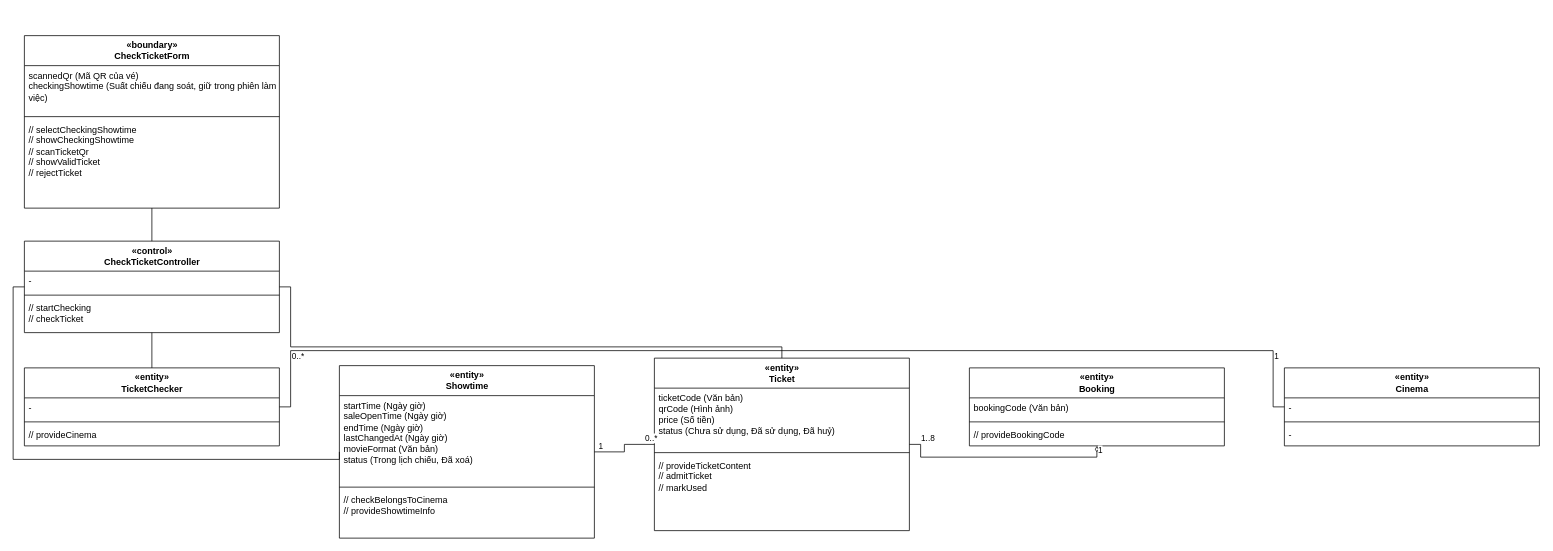
This is page "Soát vé (UC-009)" (6 of 16) of design/diagrams/P08-class-analysis.drawio from luytbq/app-dat-ve-xem-phim, a draw.io file, before an edit. Source tidied: cells renumbered, new cells numbered last; positions are measured from the earlier drawing's top-left corner, leaving out a move shared by most shapes. Both pictures are drawn from the tidied source at 75%, with x=0, y=0 at pixel (13, 35).
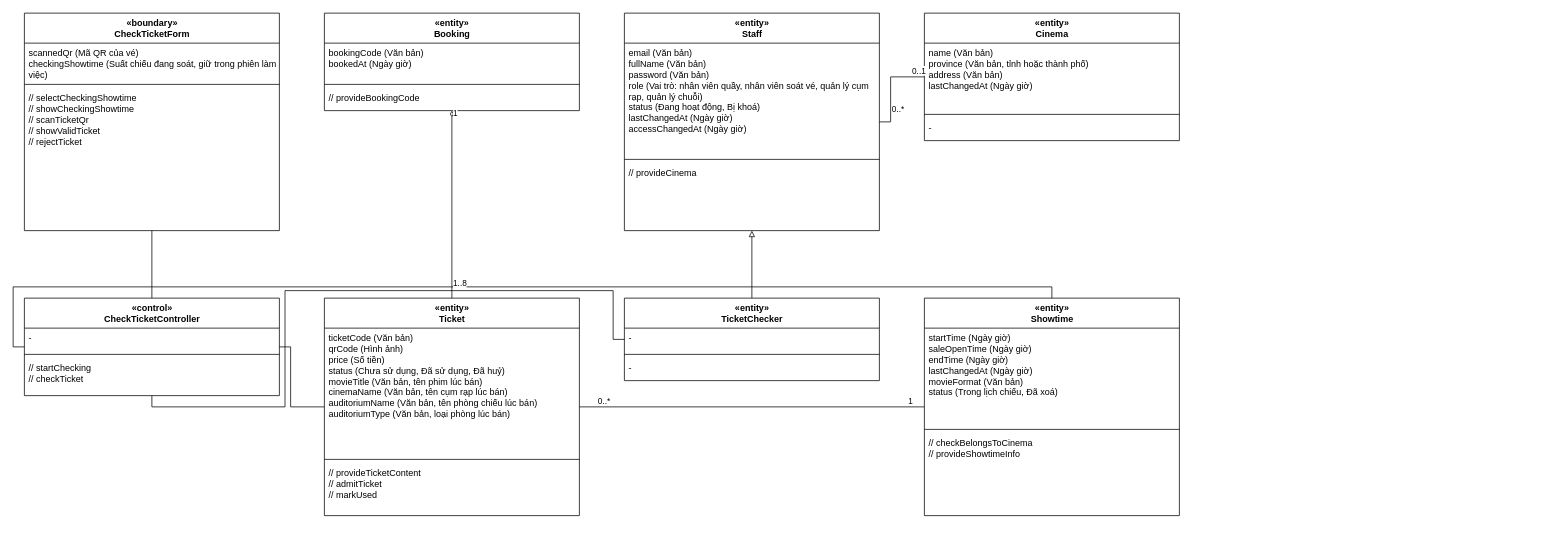
After the change.

The edit, as a diff of the source:
```diff
@@
     <mxCell id="2" value="«boundary»&lt;br&gt;CheckTicketForm" style="swimlane;fontStyle=1;align=center;horizontal=1;startSize=40;html=1;" parent="1" vertex="1">
-      <mxGeometry x="15" width="340" height="230" as="geometry" />
+      <mxGeometry x="15" y="-30" width="340" height="290" as="geometry" />
     </mxCell>
     <mxCell id="3" value="scannedQr (Mã QR của vé)&lt;br&gt;checkingShowtime (Suất chiếu đang soát, giữ trong phiên làm việc)" style="text;strokeColor=none;fillColor=none;align=left;verticalAlign=top;spacingLeft=4;html=1;whiteSpace=wrap;" parent="2" vertex="1">
-      <mxGeometry y="40" width="340" height="64" as="geometry" />
+      <mxGeometry y="40" width="340" height="50" as="geometry" />
     </mxCell>
     <mxCell id="4" style="line;strokeWidth=1;fillColor=none;align=left;verticalAlign=middle;spacingTop=-1;spacingLeft=3;spacingRight=3;labelPosition=right;" parent="2" vertex="1">
-      <mxGeometry y="104" width="340" height="8" as="geometry" />
+      <mxGeometry y="90" width="340" height="10" as="geometry" />
     </mxCell>
     <mxCell id="5" value="// selectCheckingShowtime&lt;br&gt;// showCheckingShowtime&lt;br&gt;// scanTicketQr&lt;br&gt;// showValidTicket&lt;br&gt;// rejectTicket" style="text;strokeColor=none;fillColor=none;align=left;verticalAlign=top;spacingLeft=4;html=1;whiteSpace=wrap;" parent="2" vertex="1">
-      <mxGeometry y="112" width="340" height="100" as="geometry" />
+      <mxGeometry y="100" width="340" height="110" as="geometry" />
     </mxCell>
     <mxCell id="6" value="«control»&lt;br&gt;CheckTicketController" style="swimlane;fontStyle=1;align=center;horizontal=1;startSize=40;html=1;" parent="1" vertex="1">
-      <mxGeometry x="15" y="274" width="340" height="122" as="geometry" />
+      <mxGeometry x="15" y="350" width="340" height="130" as="geometry" />
     </mxCell>
     <mxCell id="7" value="-" style="text;strokeColor=none;fillColor=none;align=left;verticalAlign=top;spacingLeft=4;html=1;whiteSpace=wrap;" parent="6" vertex="1">
-      <mxGeometry y="40" width="340" height="28" as="geometry" />
+      <mxGeometry y="40" width="340" height="30" as="geometry" />
     </mxCell>
     <mxCell id="8" style="line;strokeWidth=1;fillColor=none;align=left;verticalAlign=middle;spacingTop=-1;spacingLeft=3;spacingRight=3;labelPosition=right;" parent="6" vertex="1">
-      <mxGeometry y="68" width="340" height="8" as="geometry" />
+      <mxGeometry y="70" width="340" height="10" as="geometry" />
     </mxCell>
     <mxCell id="9" value="// startChecking&lt;br&gt;// checkTicket" style="text;strokeColor=none;fillColor=none;align=left;verticalAlign=top;spacingLeft=4;html=1;whiteSpace=wrap;" parent="6" vertex="1">
-      <mxGeometry y="76" width="340" height="46" as="geometry" />
+      <mxGeometry y="80" width="340" height="50" as="geometry" />
     </mxCell>
     <mxCell id="10" value="«entity»&lt;br&gt;TicketChecker" style="swimlane;fontStyle=1;align=center;horizontal=1;startSize=40;html=1;" parent="1" vertex="1">
-      <mxGeometry x="15" y="443" width="340" height="104" as="geometry" />
+      <mxGeometry x="815" y="350" width="340" height="110" as="geometry" />
     </mxCell>
     <mxCell id="11" value="-" style="text;strokeColor=none;fillColor=none;align=left;verticalAlign=top;spacingLeft=4;html=1;whiteSpace=wrap;" parent="10" vertex="1">
-      <mxGeometry y="40" width="340" height="28" as="geometry" />
+      <mxGeometry y="40" width="340" height="30" as="geometry" />
     </mxCell>
     <mxCell id="12" style="line;strokeWidth=1;fillColor=none;align=left;verticalAlign=middle;spacingTop=-1;spacingLeft=3;spacingRight=3;labelPosition=right;" parent="10" vertex="1">
-      <mxGeometry y="68" width="340" height="8" as="geometry" />
+      <mxGeometry y="70" width="340" height="10" as="geometry" />
     </mxCell>
-    <mxCell id="13" value="// provideCinema" style="text;strokeColor=none;fillColor=none;align=left;verticalAlign=top;spacingLeft=4;html=1;whiteSpace=wrap;" parent="10" vertex="1">
-      <mxGeometry y="76" width="340" height="28" as="geometry" />
+    <mxCell id="13" value="-" style="text;strokeColor=none;fillColor=none;align=left;verticalAlign=top;spacingLeft=4;html=1;whiteSpace=wrap;" parent="10" vertex="1">
+      <mxGeometry y="80" width="340" height="30" as="geometry" />
     </mxCell>
+    <mxCell id="43" value="«entity»&lt;br&gt;Staff" style="swimlane;fontStyle=1;align=center;horizontal=1;startSize=40;html=1;" parent="1" vertex="1">
+      <mxGeometry x="815" y="-30" width="340" height="290" as="geometry" />
+    </mxCell>
+    <mxCell id="44" value="email (Văn bản)&lt;br&gt;fullName (Văn bản)&lt;br&gt;password (Văn bản)&lt;br&gt;role (Vai trò: nhân viên quầy, nhân viên soát vé, quản lý cụm rạp, quản lý chuỗi)&lt;br&gt;status (Đang hoạt động, Bị khoá)&lt;br&gt;lastChangedAt (Ngày giờ)&lt;br&gt;accessChangedAt (Ngày giờ)" style="text;strokeColor=none;fillColor=none;align=left;verticalAlign=top;spacingLeft=4;html=1;whiteSpace=wrap;" parent="43" vertex="1">
+      <mxGeometry y="40" width="340" height="150" as="geometry" />
+    </mxCell>
+    <mxCell id="45" style="line;strokeWidth=1;fillColor=none;align=left;verticalAlign=middle;spacingTop=-1;spacingLeft=3;spacingRight=3;labelPosition=right;" parent="43" vertex="1">
+      <mxGeometry y="190" width="340" height="10" as="geometry" />
+    </mxCell>
+    <mxCell id="46" value="// provideCinema" style="text;strokeColor=none;fillColor=none;align=left;verticalAlign=top;spacingLeft=4;html=1;whiteSpace=wrap;" parent="43" vertex="1">
+      <mxGeometry y="200" width="340" height="30" as="geometry" />
+    </mxCell>
     <mxCell id="14" value="«entity»&lt;br&gt;Showtime" style="swimlane;fontStyle=1;align=center;horizontal=1;startSize=40;html=1;" parent="1" vertex="1">
-      <mxGeometry x="435" y="440" width="340" height="230" as="geometry" />
+      <mxGeometry x="1215" y="350" width="340" height="290" as="geometry" />
     </mxCell>
     <mxCell id="15" value="startTime (Ngày giờ)&lt;br&gt;saleOpenTime (Ngày giờ)&lt;br&gt;endTime (Ngày giờ)&lt;br&gt;lastChangedAt (Ngày giờ)&lt;br&gt;movieFormat (Văn bản)&lt;br&gt;status (Trong lịch chiếu, Đã xoá)" style="text;strokeColor=none;fillColor=none;align=left;verticalAlign=top;spacingLeft=4;html=1;whiteSpace=wrap;" parent="14" vertex="1">
-      <mxGeometry y="40" width="340" height="118" as="geometry" />
+      <mxGeometry y="40" width="340" height="130" as="geometry" />
     </mxCell>
     <mxCell id="16" style="line;strokeWidth=1;fillColor=none;align=left;verticalAlign=middle;spacingTop=-1;spacingLeft=3;spacingRight=3;labelPosition=right;" parent="14" vertex="1">
-      <mxGeometry y="158" width="340" height="8" as="geometry" />
+      <mxGeometry y="170" width="340" height="10" as="geometry" />
     </mxCell>
     <mxCell id="17" value="// checkBelongsToCinema&lt;br&gt;// provideShowtimeInfo" style="text;strokeColor=none;fillColor=none;align=left;verticalAlign=top;spacingLeft=4;html=1;whiteSpace=wrap;" parent="14" vertex="1">
-      <mxGeometry y="166" width="340" height="46" as="geometry" />
+      <mxGeometry y="180" width="340" height="50" as="geometry" />
     </mxCell>
     <mxCell id="18" value="«entity»&lt;br&gt;Ticket" style="swimlane;fontStyle=1;align=center;horizontal=1;startSize=40;html=1;" parent="1" vertex="1">
-      <mxGeometry x="855" y="430" width="340" height="230" as="geometry" />
+      <mxGeometry x="415" y="350" width="340" height="290" as="geometry" />
     </mxCell>
-    <mxCell id="19" value="ticketCode (Văn bản)&lt;br&gt;qrCode (Hình ảnh)&lt;br&gt;price (Số tiền)&lt;br&gt;status (Chưa sử dụng, Đã sử dụng, Đã huỷ)" style="text;strokeColor=none;fillColor=none;align=left;verticalAlign=top;spacingLeft=4;html=1;whiteSpace=wrap;" parent="18" vertex="1">
-      <mxGeometry y="40" width="340" height="82" as="geometry" />
+    <mxCell id="19" value="ticketCode (Văn bản)&lt;br&gt;qrCode (Hình ảnh)&lt;br&gt;price (Số tiền)&lt;br&gt;status (Chưa sử dụng, Đã sử dụng, Đã huỷ)&lt;br&gt;movieTitle (Văn bản, tên phim lúc bán)&lt;br&gt;cinemaName (Văn bản, tên cụm rạp lúc bán)&lt;br&gt;auditoriumName (Văn bản, tên phòng chiếu lúc bán)&lt;br&gt;auditoriumType (Văn bản, loại phòng lúc bán)" style="text;strokeColor=none;fillColor=none;align=left;verticalAlign=top;spacingLeft=4;html=1;whiteSpace=wrap;" parent="18" vertex="1">
+      <mxGeometry y="40" width="340" height="170" as="geometry" />
     </mxCell>
     <mxCell id="20" style="line;strokeWidth=1;fillColor=none;align=left;verticalAlign=middle;spacingTop=-1;spacingLeft=3;spacingRight=3;labelPosition=right;" parent="18" vertex="1">
-      <mxGeometry y="122" width="340" height="8" as="geometry" />
+      <mxGeometry y="210" width="340" height="10" as="geometry" />
     </mxCell>
     <mxCell id="21" value="// provideTicketContent&lt;br&gt;// admitTicket&lt;br&gt;// markUsed" style="text;strokeColor=none;fillColor=none;align=left;verticalAlign=top;spacingLeft=4;html=1;whiteSpace=wrap;" parent="18" vertex="1">
-      <mxGeometry y="130" width="340" height="64" as="geometry" />
+      <mxGeometry y="220" width="340" height="70" as="geometry" />
     </mxCell>
     <mxCell id="22" value="«entity»&lt;br&gt;Booking" style="swimlane;fontStyle=1;align=center;horizontal=1;startSize=40;html=1;" parent="1" vertex="1">
-      <mxGeometry x="1275" y="443" width="340" height="104" as="geometry" />
+      <mxGeometry x="415" y="-30" width="340" height="130" as="geometry" />
     </mxCell>
-    <mxCell id="23" value="bookingCode (Văn bản)" style="text;strokeColor=none;fillColor=none;align=left;verticalAlign=top;spacingLeft=4;html=1;whiteSpace=wrap;" parent="22" vertex="1">
-      <mxGeometry y="40" width="340" height="28" as="geometry" />
+    <mxCell id="23" value="bookingCode (Văn bản)&lt;br&gt;bookedAt (Ngày giờ)" style="text;strokeColor=none;fillColor=none;align=left;verticalAlign=top;spacingLeft=4;html=1;whiteSpace=wrap;" parent="22" vertex="1">
+      <mxGeometry y="40" width="340" height="50" as="geometry" />
     </mxCell>
     <mxCell id="24" style="line;strokeWidth=1;fillColor=none;align=left;verticalAlign=middle;spacingTop=-1;spacingLeft=3;spacingRight=3;labelPosition=right;" parent="22" vertex="1">
-      <mxGeometry y="68" width="340" height="8" as="geometry" />
+      <mxGeometry y="90" width="340" height="10" as="geometry" />
     </mxCell>
     <mxCell id="25" value="// provideBookingCode" style="text;strokeColor=none;fillColor=none;align=left;verticalAlign=top;spacingLeft=4;html=1;whiteSpace=wrap;" parent="22" vertex="1">
-      <mxGeometry y="76" width="340" height="28" as="geometry" />
+      <mxGeometry y="100" width="340" height="30" as="geometry" />
     </mxCell>
     <mxCell id="26" value="«entity»&lt;br&gt;Cinema" style="swimlane;fontStyle=1;align=center;horizontal=1;startSize=40;html=1;" parent="1" vertex="1">
-      <mxGeometry x="1695" y="443" width="340" height="104" as="geometry" />
+      <mxGeometry x="1215" y="-30" width="340" height="170" as="geometry" />
     </mxCell>
-    <mxCell id="27" value="-" style="text;strokeColor=none;fillColor=none;align=left;verticalAlign=top;spacingLeft=4;html=1;whiteSpace=wrap;" parent="26" vertex="1">
-      <mxGeometry y="40" width="340" height="28" as="geometry" />
+    <mxCell id="27" value="name (Văn bản)&lt;br&gt;province (Văn bản, tỉnh hoặc thành phố)&lt;br&gt;address (Văn bản)&lt;br&gt;lastChangedAt (Ngày giờ)" style="text;strokeColor=none;fillColor=none;align=left;verticalAlign=top;spacingLeft=4;html=1;whiteSpace=wrap;" parent="26" vertex="1">
+      <mxGeometry y="40" width="340" height="90" as="geometry" />
     </mxCell>
     <mxCell id="28" style="line;strokeWidth=1;fillColor=none;align=left;verticalAlign=middle;spacingTop=-1;spacingLeft=3;spacingRight=3;labelPosition=right;" parent="26" vertex="1">
-      <mxGeometry y="68" width="340" height="8" as="geometry" />
+      <mxGeometry y="130" width="340" height="10" as="geometry" />
     </mxCell>
     <mxCell id="29" value="-" style="text;strokeColor=none;fillColor=none;align=left;verticalAlign=top;spacingLeft=4;html=1;whiteSpace=wrap;" parent="26" vertex="1">
-      <mxGeometry y="76" width="340" height="28" as="geometry" />
+      <mxGeometry y="140" width="340" height="30" as="geometry" />
     </mxCell>
-    <mxCell id="30" style="edgeStyle=orthogonalEdgeStyle;rounded=0;html=1;endArrow=none;" parent="1" edge="1" source="2" target="6">
+    <mxCell id="30" style="edgeStyle=orthogonalEdgeStyle;rounded=0;html=1;endArrow=none;exitX=0.5;exitY=1;exitDx=0;exitDy=0;entryX=0.5;entryY=0;entryDx=0;entryDy=0;" parent="1" edge="1" source="2" target="6">
       <mxGeometry relative="1" as="geometry" />
     </mxCell>
-    <mxCell id="31" style="edgeStyle=orthogonalEdgeStyle;rounded=0;html=1;endArrow=none;" parent="1" edge="1" source="6" target="10">
-      <mxGeometry relative="1" as="geometry" />
+    <mxCell id="31" style="edgeStyle=orthogonalEdgeStyle;rounded=0;html=1;endArrow=none;exitX=0.5;exitY=1;exitDx=0;exitDy=0;entryX=0;entryY=0.5;entryDx=0;entryDy=0;" parent="1" edge="1" source="6" target="10">
+      <mxGeometry relative="1" as="geometry">
+        <Array as="points">
+          <mxPoint x="185" y="495" />
+          <mxPoint x="362.5" y="495" />
+          <mxPoint x="362.5" y="340" />
+          <mxPoint x="800" y="340" />
+          <mxPoint x="800" y="405" />
+        </Array>
+      </mxGeometry>
     </mxCell>
-    <mxCell id="32" style="edgeStyle=orthogonalEdgeStyle;rounded=0;html=1;endArrow=none;exitX=0;exitY=0.5;exitDx=0;exitDy=0;entryX=0;entryY=0.5;entryDx=0;entryDy=0;" parent="1" edge="1" source="6" target="14">
+    <mxCell id="32" style="edgeStyle=orthogonalEdgeStyle;rounded=0;html=1;endArrow=none;exitX=0;exitY=0.5;exitDx=0;exitDy=0;entryX=0.5;entryY=0;entryDx=0;entryDy=0;" parent="1" edge="1" source="6" target="14">
       <mxGeometry relative="1" as="geometry">
         <Array as="points">
+          <mxPoint y="415" />
           <mxPoint y="335" />
-          <mxPoint y="565" />
+          <mxPoint x="1385" y="335" />
         </Array>
       </mxGeometry>
     </mxCell>
-    <mxCell id="33" style="edgeStyle=orthogonalEdgeStyle;rounded=0;html=1;endArrow=none;exitX=1;exitY=0.5;exitDx=0;exitDy=0;entryX=0.5;entryY=0;entryDx=0;entryDy=0;" parent="1" edge="1" source="6" target="18">
+    <mxCell id="33" style="edgeStyle=orthogonalEdgeStyle;rounded=0;html=1;endArrow=none;exitX=1;exitY=0.5;exitDx=0;exitDy=0;entryX=0;entryY=0.5;entryDx=0;entryDy=0;" parent="1" edge="1" source="6" target="18">
       <mxGeometry relative="1" as="geometry">
         <Array as="points">
-          <mxPoint x="370" y="335" />
           <mxPoint x="370" y="415" />
-          <mxPoint x="1025" y="415" />
+          <mxPoint x="370" y="495" />
         </Array>
       </mxGeometry>
     </mxCell>
-    <mxCell id="34" style="edgeStyle=orthogonalEdgeStyle;rounded=0;html=1;endArrow=none;startArrow=diamondThin;startFill=0;exitX=0.5;exitY=1;exitDx=0;exitDy=0;entryX=1;entryY=0.5;entryDx=0;entryDy=0;" parent="1" edge="1" source="22" target="18">
-      <mxGeometry relative="1" as="geometry">
-        <Array as="points">
-          <mxPoint x="1445" y="562" />
-          <mxPoint x="1210" y="562" />
-          <mxPoint x="1210" y="545" />
-        </Array>
-      </mxGeometry>
+    <mxCell id="34" style="edgeStyle=orthogonalEdgeStyle;rounded=0;html=1;endArrow=none;startArrow=diamondThin;startFill=0;exitX=0.5;exitY=1;exitDx=0;exitDy=0;entryX=0.5;entryY=0;entryDx=0;entryDy=0;" parent="1" edge="1" source="22" target="18">
+      <mxGeometry relative="1" as="geometry" />
     </mxCell>
@@
-    <mxCell id="37" style="edgeStyle=orthogonalEdgeStyle;rounded=0;html=1;endArrow=none;" parent="1" edge="1" source="18" target="14">
+    <mxCell id="37" style="edgeStyle=orthogonalEdgeStyle;rounded=0;html=1;endArrow=none;exitX=1;exitY=0.5;exitDx=0;exitDy=0;entryX=0;entryY=0.5;entryDx=0;entryDy=0;" parent="1" edge="1" source="18" target="14">
       <mxGeometry relative="1" as="geometry" />
     </mxCell>
     <mxCell id="38" value="0..*" style="edgeLabel;html=1;align=left;verticalAlign=bottom;" parent="37" vertex="1">
-      <mxGeometry x="-0.7" relative="1" as="geometry" />
+      <mxGeometry x="-0.9" relative="1" as="geometry" />
     </mxCell>
@@
-    <mxCell id="40" style="edgeStyle=orthogonalEdgeStyle;rounded=0;html=1;endArrow=none;exitX=1;exitY=0.5;exitDx=0;exitDy=0;entryX=0;entryY=0.5;entryDx=0;entryDy=0;" parent="1" edge="1" source="10" target="26">
-      <mxGeometry relative="1" as="geometry">
-        <Array as="points">
-          <mxPoint x="370" y="495" />
-          <mxPoint x="370" y="420" />
-          <mxPoint x="1680" y="420" />
-          <mxPoint x="1680" y="495" />
-        </Array>
-      </mxGeometry>
-    </mxCell>
+    <mxCell id="47" style="edgeStyle=orthogonalEdgeStyle;rounded=0;html=1;endArrow=none;exitX=1;exitY=0.5;exitDx=0;exitDy=0;entryX=0;entryY=0.5;entryDx=0;entryDy=0;" parent="1" edge="1" source="43" target="26">
+      <mxGeometry relative="1" as="geometry">
+        <Array as="points">
+          <mxPoint x="1170" y="115" />
+          <mxPoint x="1170" y="55" />
+        </Array>
+      </mxGeometry>
+    </mxCell>
-    <mxCell id="41" value="0..*" style="edgeLabel;html=1;align=left;verticalAlign=bottom;" parent="40" vertex="1">
-      <mxGeometry x="-0.9" relative="1" as="geometry" />
+    <mxCell id="41" value="0..*" style="edgeLabel;html=1;align=left;verticalAlign=bottom;" parent="47" vertex="1">
+      <mxGeometry x="-0.6" relative="1" as="geometry" />
     </mxCell>
-    <mxCell id="42" value="1" style="edgeLabel;html=1;align=left;verticalAlign=bottom;" parent="40" vertex="1">
-      <mxGeometry x="0.9" relative="1" as="geometry" />
-    </mxCell>
+    <mxCell id="48" value="0..1" style="edgeLabel;html=1;align=left;verticalAlign=bottom;" parent="47" vertex="1">
+      <mxGeometry x="0.7" relative="1" as="geometry" />
+    </mxCell>
+    <mxCell id="49" style="edgeStyle=orthogonalEdgeStyle;rounded=0;html=1;endArrow=block;endFill=0;exitX=0.5;exitY=0;exitDx=0;exitDy=0;entryX=0.5;entryY=1;entryDx=0;entryDy=0;" parent="1" edge="1" source="10" target="43">
+      <mxGeometry relative="1" as="geometry" />
+    </mxCell>
```
